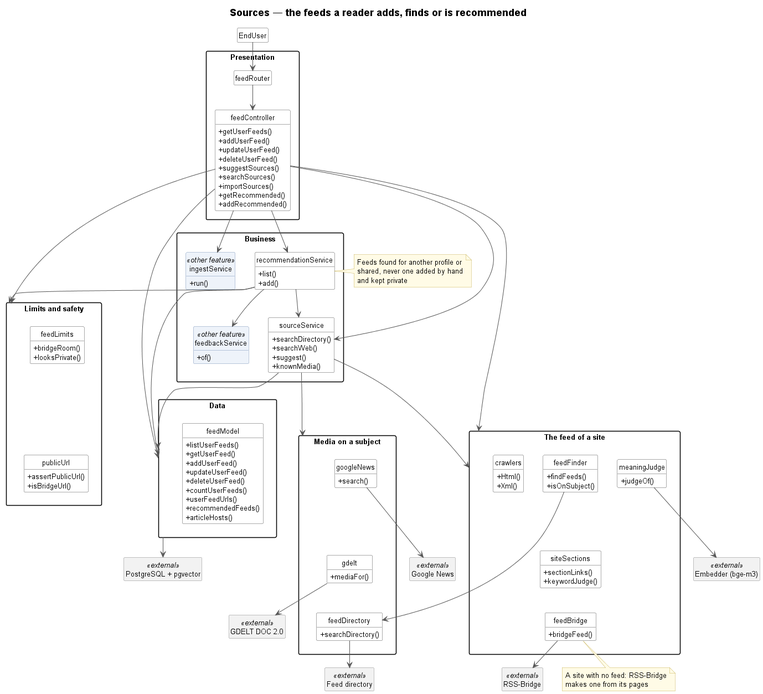
This is docs/UML/sprint4/05-sources.png from TPI2026-NewsGenerator/NewsGenerator-Backend, a PlantUML export, as it was before one commit.
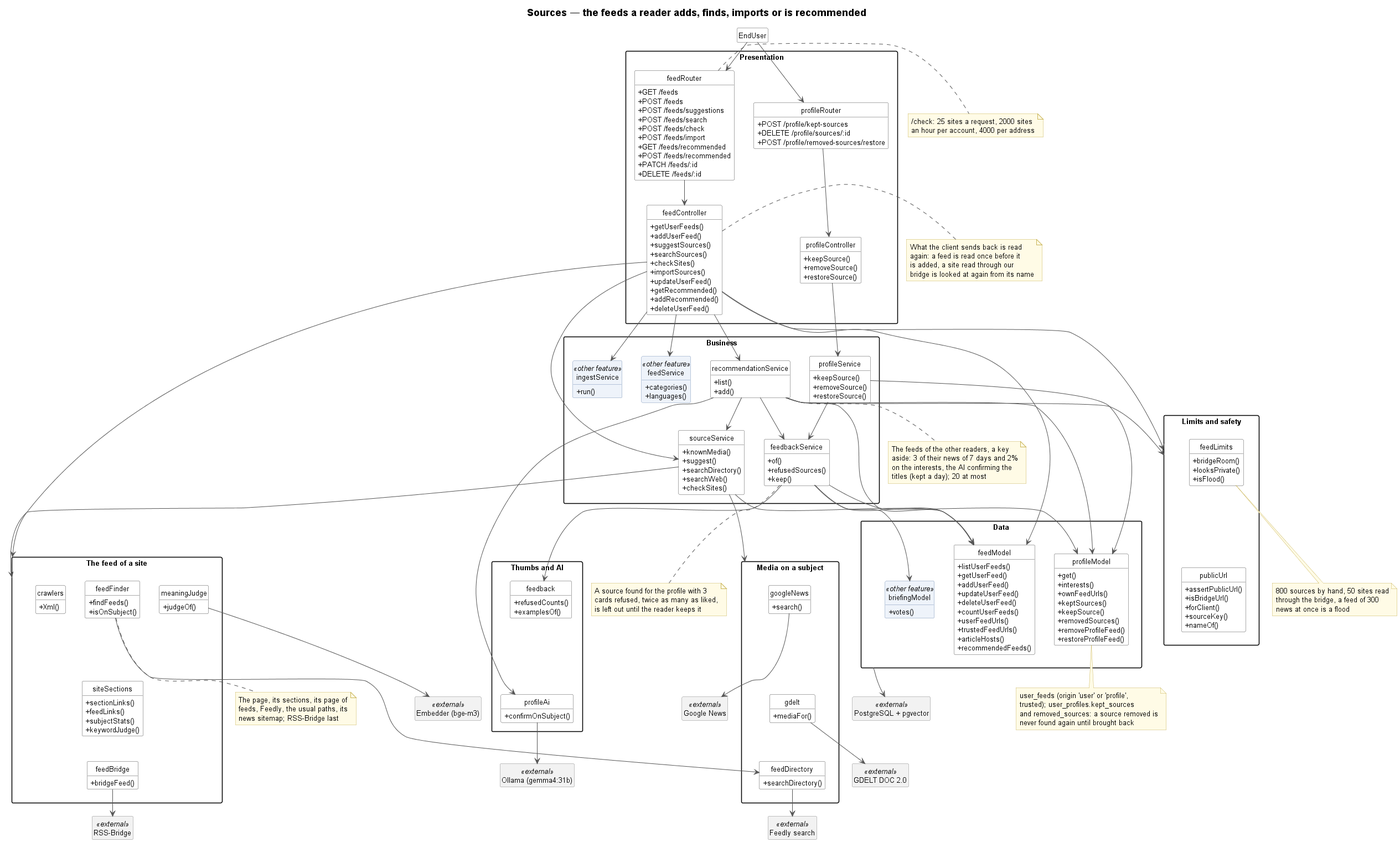
Later version of the same file.

What changed in the source:
```diff
@@ -1,44 +1,94 @@
 @startuml 05-sources
 !include _style.iuml
-title Sources — the feeds a reader adds, finds or is recommended
+title Sources — the feeds a reader adds, finds, imports or is recommended
 
 class EndUser
 package "Presentation" {
-    class feedRouter
+    class feedRouter {
+        + GET /feeds
+        + POST /feeds
+        + POST /feeds/suggestions
+        + POST /feeds/search
+        + POST /feeds/check
+        + POST /feeds/import
+        + GET /feeds/recommended
+        + POST /feeds/recommended
+        + PATCH /feeds/:id
+        + DELETE /feeds/:id
+    }
+    class profileRouter {
+        + POST /profile/kept-sources
+        + DELETE /profile/sources/:id
+        + POST /profile/removed-sources/restore
+    }
     class feedController {
         + getUserFeeds()
         + addUserFeed()
-        + updateUserFeed()
-        + deleteUserFeed()
         + suggestSources()
         + searchSources()
+        + checkSites()
         + importSources()
+        + updateUserFeed()
         + getRecommended()
         + addRecommended()
+        + deleteUserFeed()
+    }
+    class profileController {
+        + keepSource()
+        + removeSource()
+        + restoreSource()
     }
 }
+note right of feedRouter
+    /check: 25 sites a request, 2000 sites
+    an hour per account, 4000 per address
+end note
+note left of feedController
+    What the client sends back is read
+    again: a feed is read once before it
+    is added, a site read through our
+    bridge is looked at again from its name
+end note
 package "Business" {
     class sourceService {
+        + knownMedia()
+        + suggest()
         + searchDirectory()
         + searchWeb()
-        + suggest()
-        + knownMedia()
+        + checkSites()
     }
     class recommendationService {
         + list()
         + add()
     }
-    class feedbackService <<other feature>> {
+    class profileService {
+        + keepSource()
+        + removeSource()
+        + restoreSource()
+    }
+    class feedbackService {
         + of()
+        + refusedSources()
+        + keep()
+    }
+    class feedService <<other feature>> {
+        + categories()
+        + languages()
     }
     class ingestService <<other feature>> {
         + run()
     }
 }
-note right of recommendationService
-    Feeds found for another profile or
-    shared, never one added by hand
-    and kept private
+note bottom of recommendationService
+    The feeds of the other readers, a key
+    aside: 3 of their news of 7 days and 2%
+    on the interests, the AI confirming the
+    titles (kept a day); 20 at most
+end note
+note bottom of feedbackService
+    A source found for the profile with 3
+    cards refused, twice as many as liked,
+    is left out until the reader keeps it
 end note
 package "Data" as Data {
     class feedModel {
@@ -49,10 +99,30 @@
         + deleteUserFeed()
         + countUserFeeds()
         + userFeedUrls()
+        + trustedFeedUrls()
+        + articleHosts()
         + recommendedFeeds()
-        + articleHosts()
+    }
+    class profileModel {
+        + get()
+        + interests()
+        + ownFeedUrls()
+        + keptSources()
+        + keepSource()
+        + removedSources()
+        + removeProfileFeed()
+        + restoreProfileFeed()
+    }
+    class briefingModel <<other feature>> {
+        + votes()
     }
 }
+note bottom of profileModel
+    user_feeds (origin 'user' or 'profile',
+    trusted); user_profiles.kept_sources
+    and removed_sources: a source removed is
+    never found again until brought back
+end note
 package "Media on a subject" as Looking {
     class googleNews {
         + search()
@@ -71,6 +141,8 @@
     }
     class siteSections {
         + sectionLinks()
+        + feedLinks()
+        + subjectStats()
         + keywordJudge()
     }
     class feedBridge {
@@ -80,29 +152,48 @@
         + judgeOf()
     }
     class crawlers {
-        + Html()
         + Xml()
     }
 }
-note bottom of feedBridge
-    A site with no feed: RSS-Bridge
-    makes one from its pages
+note bottom of feedFinder
+    The page, its sections, its page of
+    feeds, Feedly, the usual paths, its
+    news sitemap; RSS-Bridge last
 end note
 package "Limits and safety" as Limits {
     class feedLimits {
         + bridgeRoom()
         + looksPrivate()
+        + isFlood()
     }
     class publicUrl {
         + assertPublicUrl()
         + isBridgeUrl()
+        + forClient()
+        + sourceKey()
+        + nameOf()
     }
 }
+package "Thumbs and AI" as Judging {
+    class feedback {
+        + refusedCounts()
+        + examplesOf()
+    }
+    class profileAi {
+        + confirmOnSubject()
+    }
+}
+note bottom of feedLimits
+    800 sources by hand, 50 sites read
+    through the bridge, a feed of 300
+    news at once is a flood
+end note
 class "Google News" as GoogleNewsApi <<external>>
 class "GDELT DOC 2.0" as GdeltApi <<external>>
-class "Feed directory" as DirectoryApi <<external>>
+class "Feedly search" as DirectoryApi <<external>>
 class "RSS-Bridge" as RssBridge <<external>>
 class "Embedder (bge-m3)" as Embedder <<external>>
+class "Ollama (gemma4:31b)" as Ollama <<external>>
 class "PostgreSQL + pgvector" as PostgreSQL <<external>>
 
 googleNews -[hidden]down- gdelt
@@ -110,27 +201,41 @@
 feedFinder -[hidden]down- siteSections
 siteSections -[hidden]down- feedBridge
 feedLimits -[hidden]down- publicUrl
+feedback -[hidden]down- profileAi
 
 EndUser --> feedRouter
+EndUser --> profileRouter
 feedRouter --> feedController
+profileRouter --> profileController
+profileController --> profileService
 feedController --> sourceService
 feedController --> recommendationService
+feedController --> feedService
 feedController --> ingestService
-feedController --> Data
+feedController --> feedModel
 feedController --> OnSite
 feedController --> Limits
-sourceService --> Data
+sourceService --> feedModel
 sourceService --> Looking
 sourceService --> OnSite
 recommendationService --> sourceService
 recommendationService --> feedbackService
-recommendationService --> Data
+recommendationService --> feedModel
+recommendationService --> profileModel
 recommendationService --> Limits
+recommendationService --> profileAi
+profileService --> feedbackService
+profileService --> profileModel
+feedbackService --> briefingModel
+feedbackService --> profileModel
+feedbackService --> feedModel
+feedbackService --> feedback
 feedFinder --> feedDirectory
 googleNews --> GoogleNewsApi
 gdelt --> GdeltApi
 feedDirectory --> DirectoryApi
 feedBridge --> RssBridge
 meaningJudge --> Embedder
+profileAi --> Ollama
 Data --> PostgreSQL
 @enduml
```
